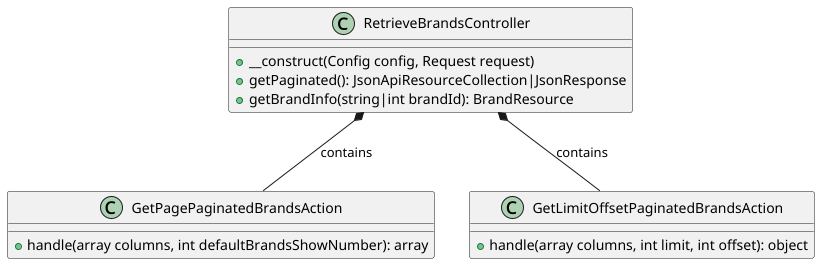
Above: docs/uml/modules/brand/retrieve_feature/retrieve.png in BackLoveEnd/Expelliarmus-Market (PlantUML), before the change.
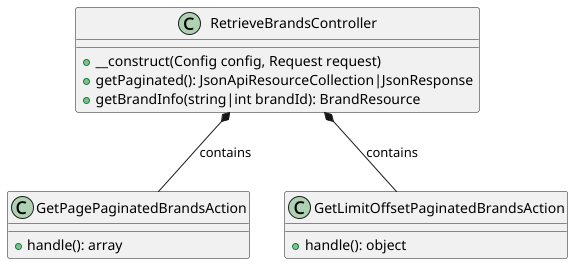
The same diagram one commit later.

Diff of the diagram source:
```diff
@@ -7,11 +7,11 @@
 }
 
 class GetPagePaginatedBrandsAction {
-    + handle(array columns, int defaultBrandsShowNumber): array
+    + handle(): array
 }
 
 class GetLimitOffsetPaginatedBrandsAction {
-    + handle(array columns, int limit, int offset): object
+    + handle(): object
 }
 
 RetrieveBrandsController *-- GetPagePaginatedBrandsAction : contains
```
